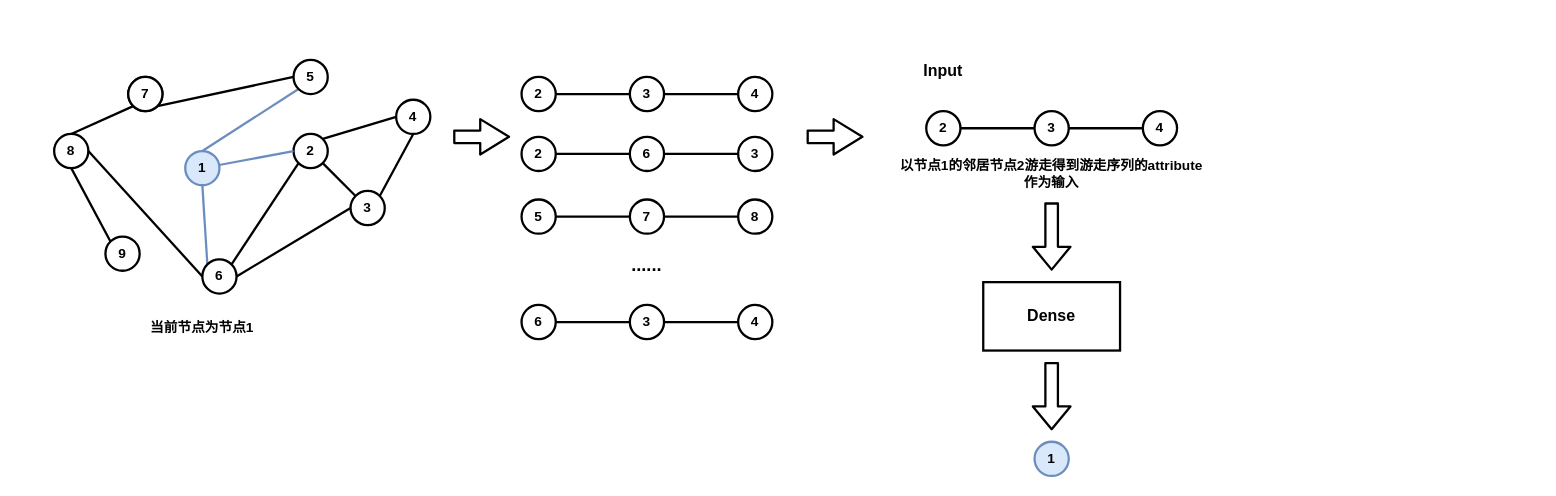
This is page "第 1 页" (1 of 10) of attention embedding.drawio from zjtone/RL-Note, a draw.io file, before an edit. Source tidied: cells renumbered, new cells numbered last; positions are measured from the earlier drawing's top-left corner, leaving out a move shared by most shapes. Both pictures are drawn from the tidied source at 114%, with x=0, y=0 at pixel (54, 59).
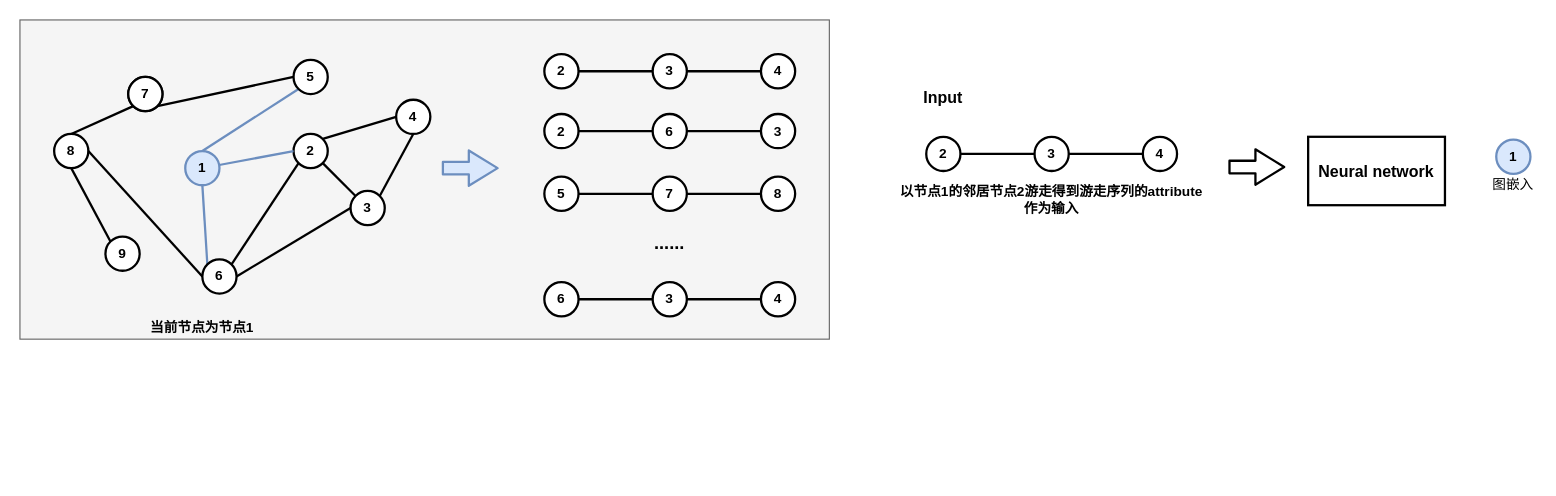
The same page after the edit.

Diff of the diagram source:
```diff
@@
+    <mxCell id="59" style="rounded=0;whiteSpace=wrap;html=1;fillColor=#f5f5f5;strokeColor=#666666;fontColor=#333333;" parent="1" vertex="1">
+      <mxGeometry x="-30" y="-35" width="710" height="280" as="geometry" />
+    </mxCell>
@@
-    <mxCell id="24" style="shape=flexArrow;endArrow=classic;html=1;fontStyle=1;strokeWidth=2;endWidth=18;endSize=7.75;" parent="1" edge="1">
-      <mxGeometry relative="1" as="geometry">
-        <mxPoint x="660" y="67.5" as="sourcePoint" />
-        <mxPoint x="710" y="67.5" as="targetPoint" />
-      </mxGeometry>
-    </mxCell>
@@
     <mxCell id="26" value="2" style="ellipse;whiteSpace=wrap;html=1;fontStyle=1;strokeWidth=2;" parent="1" vertex="1">
-      <mxGeometry x="765" y="45" width="30" height="30" as="geometry" />
+      <mxGeometry x="765" y="67.5" width="30" height="30" as="geometry" />
     </mxCell>
     <mxCell id="27" value="4" style="ellipse;whiteSpace=wrap;html=1;fontStyle=1;strokeWidth=2;" parent="1" vertex="1">
-      <mxGeometry x="955" y="45" width="30" height="30" as="geometry" />
+      <mxGeometry x="955" y="67.5" width="30" height="30" as="geometry" />
     </mxCell>
@@
     <mxCell id="29" value="3" style="ellipse;whiteSpace=wrap;html=1;fontStyle=1;strokeWidth=2;" parent="1" vertex="1">
-      <mxGeometry x="860" y="45" width="30" height="30" as="geometry" />
+      <mxGeometry x="860" y="67.5" width="30" height="30" as="geometry" />
     </mxCell>
@@
     <mxCell id="31" value="以节点1的邻居节点2游走得到游走序列的attribute&lt;br&gt;作为输入" style="text;html=1;strokeColor=none;fillColor=none;align=center;verticalAlign=middle;whiteSpace=wrap;rounded=0;fontStyle=1;strokeWidth=2;" parent="1" vertex="1">
-      <mxGeometry x="740" y="85" width="270" height="30" as="geometry" />
+      <mxGeometry x="740" y="107.5" width="270" height="30" as="geometry" />
     </mxCell>
     <mxCell id="32" value="Input" style="text;html=1;strokeColor=none;fillColor=none;align=center;verticalAlign=middle;whiteSpace=wrap;rounded=0;strokeWidth=2;fontSize=14;fontStyle=1;" parent="1" vertex="1">
-      <mxGeometry x="760" width="40" height="20" as="geometry" />
+      <mxGeometry x="760" y="22.5" width="40" height="20" as="geometry" />
     </mxCell>
-    <mxCell id="33" value="Dense" style="rounded=0;whiteSpace=wrap;html=1;strokeWidth=2;fontSize=14;fontStyle=1;" parent="1" vertex="1">
-      <mxGeometry x="815" y="195" width="120" height="60" as="geometry" />
+    <mxCell id="33" value="Neural network" style="rounded=0;whiteSpace=wrap;html=1;strokeWidth=2;fontSize=14;fontStyle=1;" parent="1" vertex="1">
+      <mxGeometry x="1100" y="67.5" width="120" height="60" as="geometry" />
     </mxCell>
-    <mxCell id="34" style="shape=flexArrow;endArrow=classic;html=1;fontSize=14;fontStyle=1;strokeWidth=2;" parent="1" edge="1">
-      <mxGeometry relative="1" as="geometry">
-        <mxPoint x="875" y="125" as="sourcePoint" />
-        <mxPoint x="875" y="185" as="targetPoint" />
-      </mxGeometry>
-    </mxCell>
-    <mxCell id="35" style="shape=flexArrow;endArrow=classic;html=1;fontSize=14;fontStyle=1;strokeWidth=2;" parent="1" edge="1">
-      <mxGeometry relative="1" as="geometry">
-        <mxPoint x="875" y="265" as="sourcePoint" />
-        <mxPoint x="875" y="325" as="targetPoint" />
-      </mxGeometry>
-    </mxCell>
     <mxCell id="36" value="1" style="ellipse;whiteSpace=wrap;html=1;fillColor=#dae8fc;strokeColor=#6c8ebf;fontStyle=1;strokeWidth=2;" parent="1" vertex="1">
-      <mxGeometry x="860" y="335" width="30" height="30" as="geometry" />
+      <mxGeometry x="1265" y="70" width="30" height="30" as="geometry" />
     </mxCell>
-    <mxCell id="37" style="shape=flexArrow;endArrow=classic;html=1;fontStyle=1;strokeWidth=2;endWidth=18;endSize=7.75;" parent="1" edge="1">
+    <mxCell id="37" style="shape=flexArrow;endArrow=classic;html=1;fontStyle=1;strokeWidth=2;endWidth=18;endSize=7.75;fillColor=#dae8fc;strokeColor=#6c8ebf;" parent="1" edge="1">
       <mxGeometry relative="1" as="geometry">
-        <mxPoint x="350" y="67.5" as="sourcePoint" />
-        <mxPoint x="400" y="67.5" as="targetPoint" />
+        <mxPoint x="340" y="95" as="sourcePoint" />
+        <mxPoint x="390" y="95" as="targetPoint" />
       </mxGeometry>
     </mxCell>
@@
     <mxCell id="39" value="2" style="ellipse;whiteSpace=wrap;html=1;fontStyle=1;strokeWidth=2;" parent="1" vertex="1">
-      <mxGeometry x="410" y="15" width="30" height="30" as="geometry" />
+      <mxGeometry x="430" y="-5" width="30" height="30" as="geometry" />
     </mxCell>
     <mxCell id="40" value="4" style="ellipse;whiteSpace=wrap;html=1;fontStyle=1;strokeWidth=2;" parent="1" vertex="1">
-      <mxGeometry x="600" y="15" width="30" height="30" as="geometry" />
+      <mxGeometry x="620" y="-5" width="30" height="30" as="geometry" />
     </mxCell>
@@
     <mxCell id="42" value="3" style="ellipse;whiteSpace=wrap;html=1;fontStyle=1;strokeWidth=2;" parent="1" vertex="1">
-      <mxGeometry x="505" y="15" width="30" height="30" as="geometry" />
+      <mxGeometry x="525" y="-5" width="30" height="30" as="geometry" />
     </mxCell>
@@
     <mxCell id="44" value="2" style="ellipse;whiteSpace=wrap;html=1;fontStyle=1;strokeWidth=2;" parent="1" vertex="1">
-      <mxGeometry x="410" y="67.5" width="30" height="30" as="geometry" />
+      <mxGeometry x="430" y="47.5" width="30" height="30" as="geometry" />
     </mxCell>
     <mxCell id="45" value="3" style="ellipse;whiteSpace=wrap;html=1;fontStyle=1;strokeWidth=2;" parent="1" vertex="1">
-      <mxGeometry x="600" y="67.5" width="30" height="30" as="geometry" />
+      <mxGeometry x="620" y="47.5" width="30" height="30" as="geometry" />
     </mxCell>
@@
     <mxCell id="47" value="6" style="ellipse;whiteSpace=wrap;html=1;fontStyle=1;strokeWidth=2;" parent="1" vertex="1">
-      <mxGeometry x="505" y="67.5" width="30" height="30" as="geometry" />
+      <mxGeometry x="525" y="47.5" width="30" height="30" as="geometry" />
     </mxCell>
@@
     <mxCell id="49" value="5" style="ellipse;whiteSpace=wrap;html=1;fontStyle=1;strokeWidth=2;" parent="1" vertex="1">
-      <mxGeometry x="410" y="122.5" width="30" height="30" as="geometry" />
+      <mxGeometry x="430" y="102.5" width="30" height="30" as="geometry" />
     </mxCell>
     <mxCell id="50" value="8" style="ellipse;whiteSpace=wrap;html=1;fontStyle=1;strokeWidth=2;" parent="1" vertex="1">
-      <mxGeometry x="600" y="122.5" width="30" height="30" as="geometry" />
+      <mxGeometry x="620" y="102.5" width="30" height="30" as="geometry" />
     </mxCell>
@@
     <mxCell id="52" value="7" style="ellipse;whiteSpace=wrap;html=1;fontStyle=1;strokeWidth=2;" parent="1" vertex="1">
-      <mxGeometry x="505" y="122.5" width="30" height="30" as="geometry" />
+      <mxGeometry x="525" y="102.5" width="30" height="30" as="geometry" />
     </mxCell>
@@
     <mxCell id="54" value="6" style="ellipse;whiteSpace=wrap;html=1;fontStyle=1;strokeWidth=2;" parent="1" vertex="1">
-      <mxGeometry x="410" y="215" width="30" height="30" as="geometry" />
+      <mxGeometry x="430" y="195" width="30" height="30" as="geometry" />
     </mxCell>
     <mxCell id="55" value="4" style="ellipse;whiteSpace=wrap;html=1;fontStyle=1;strokeWidth=2;" parent="1" vertex="1">
-      <mxGeometry x="600" y="215" width="30" height="30" as="geometry" />
+      <mxGeometry x="620" y="195" width="30" height="30" as="geometry" />
     </mxCell>
@@
     <mxCell id="57" value="3" style="ellipse;whiteSpace=wrap;html=1;fontStyle=1;strokeWidth=2;" parent="1" vertex="1">
-      <mxGeometry x="505" y="215" width="30" height="30" as="geometry" />
+      <mxGeometry x="525" y="195" width="30" height="30" as="geometry" />
     </mxCell>
     <mxCell id="58" value="&lt;b&gt;&lt;font style=&quot;font-size: 16px&quot;&gt;......&lt;/font&gt;&lt;/b&gt;" style="text;html=1;strokeColor=none;fillColor=none;align=center;verticalAlign=middle;whiteSpace=wrap;rounded=0;" parent="1" vertex="1">
-      <mxGeometry x="500" y="170" width="40" height="20" as="geometry" />
+      <mxGeometry x="520" y="150" width="40" height="20" as="geometry" />
     </mxCell>
+    <mxCell id="60" value="图嵌入" style="text;html=1;strokeColor=none;fillColor=none;align=center;verticalAlign=middle;whiteSpace=wrap;rounded=0;" parent="1" vertex="1">
+      <mxGeometry x="1260" y="100" width="40" height="20" as="geometry" />
+    </mxCell>
+    <mxCell id="61" style="shape=flexArrow;endArrow=classic;html=1;fontStyle=1;strokeWidth=2;endWidth=18;endSize=7.75;" parent="1" edge="1">
+      <mxGeometry relative="1" as="geometry">
+        <mxPoint x="1030" y="94" as="sourcePoint" />
+        <mxPoint x="1080" y="94" as="targetPoint" />
+      </mxGeometry>
+    </mxCell>
```
